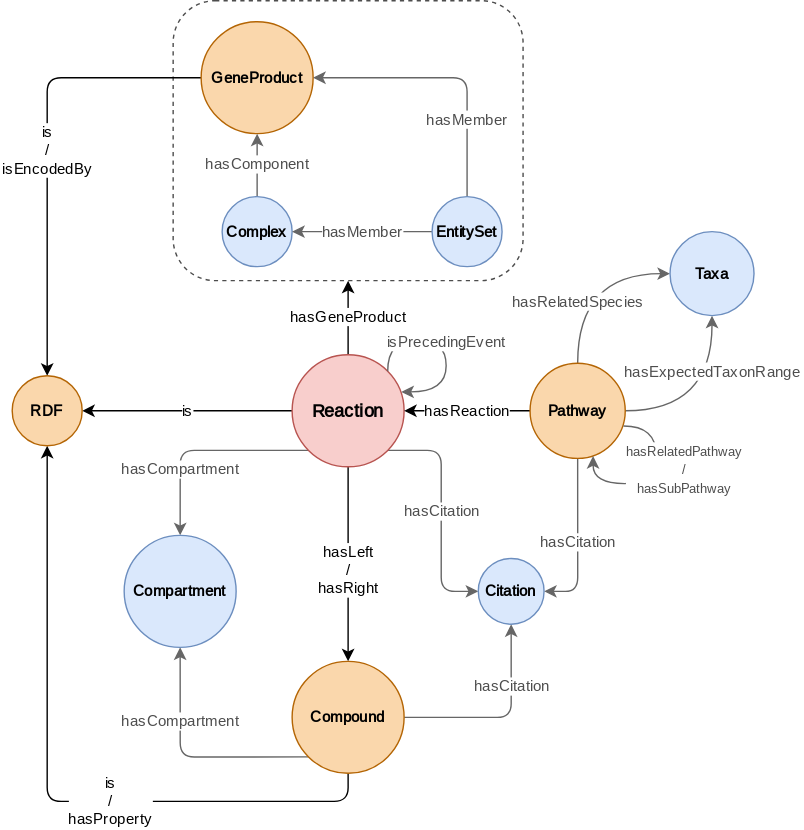
Above: docs/_static/metabolike_schema.svg in y1zhou/metabolike (draw.io), before the change. Source tidied: cells renumbered, new cells last; positions are measured from the earlier drawing's top-left corner, leaving out a move shared by most shapes.
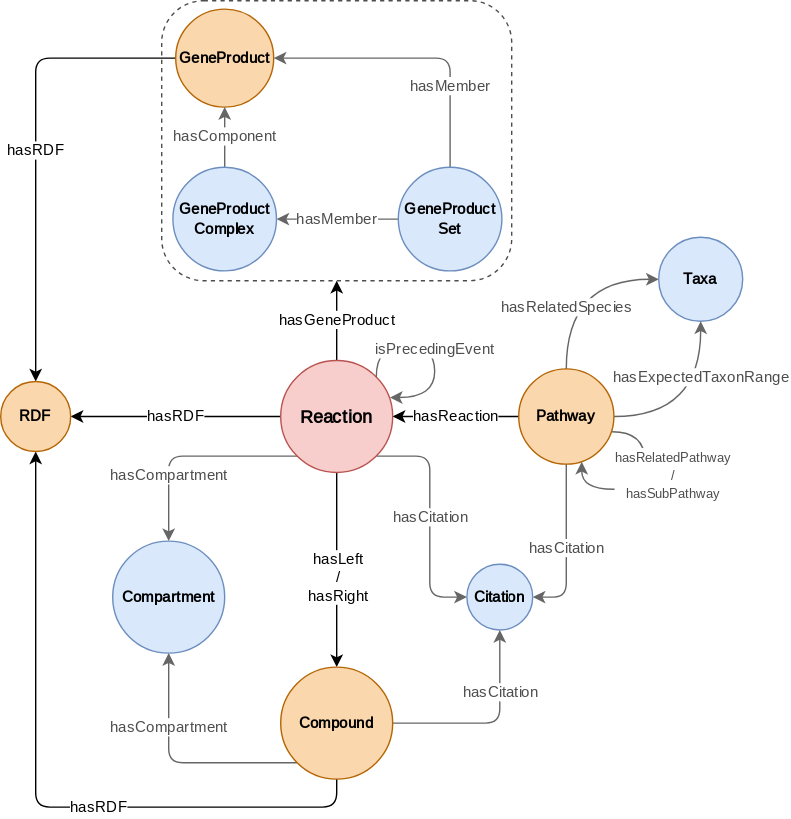
Later version of the same file.

Commit message:
docs: updated schema with new node labels

What changed in the source:
```diff
@@ -3,7 +3,7 @@
     <mxCell id="0" />
     <mxCell id="1" parent="0" />
     <mxCell id="2" style="rounded=1;whiteSpace=wrap;html=1;fillColor=none;dashed=1;sketch=0;fontFamily=Raleway;fontSource=https%3A%2F%2Ffonts.googleapis.com%2Fcss%3Ffamily%3DRaleway;fontSize=11;strokeWidth=1;shadow=0;glass=0;strokeColor=#4D4D4D;" parent="1" vertex="1">
-      <mxGeometry x="115" width="250" height="200" as="geometry" />
+      <mxGeometry x="115" y="-4" width="250" height="200" as="geometry" />
     </mxCell>
     <mxCell id="3" style="edgeStyle=orthogonalEdgeStyle;curved=1;jettySize=auto;html=1;exitX=0.5;exitY=1;exitDx=0;exitDy=0;entryX=0.5;entryY=0;entryDx=0;entryDy=0;fontFamily=Raleway;fontSource=https%3A%2F%2Ffonts.googleapis.com%2Fcss%3Ffamily%3DRaleway;strokeColor=default;sketch=0;fontSize=11;" parent="1" edge="1" source="9" target="13">
       <mxGeometry relative="1" as="geometry" />
@@ -19,7 +19,7 @@
     <mxCell id="6" value="hasCompartment" style="edgeStyle=orthogonalEdgeStyle;rounded=1;jettySize=auto;html=1;exitX=0;exitY=1;exitDx=0;exitDy=0;entryX=0.5;entryY=0;entryDx=0;entryDy=0;labelBackgroundColor=default;fontFamily=Raleway;fontSource=https%3A%2F%2Ffonts.googleapis.com%2Fcss%3Ffamily%3DRaleway;fontSize=11;fillColor=#f5f5f5;strokeColor=#666666;fontColor=#4D4D4D;" parent="1" edge="1" source="9" target="14">
       <mxGeometry x="0.38" relative="1" as="geometry" />
     </mxCell>
-    <mxCell id="7" value="is" style="edgeStyle=orthogonalEdgeStyle;rounded=1;sketch=0;jettySize=auto;html=1;exitX=0;exitY=0.5;exitDx=0;exitDy=0;entryX=1;entryY=0.5;entryDx=0;entryDy=0;labelBackgroundColor=default;fontFamily=Raleway;fontSource=https%3A%2F%2Ffonts.googleapis.com%2Fcss%3Ffamily%3DRaleway;fontSize=11;elbow=vertical;" parent="1" edge="1" source="9" target="17">
+    <mxCell id="7" value="hasRDF" style="edgeStyle=orthogonalEdgeStyle;rounded=1;sketch=0;jettySize=auto;html=1;exitX=0;exitY=0.5;exitDx=0;exitDy=0;entryX=1;entryY=0.5;entryDx=0;entryDy=0;labelBackgroundColor=default;fontFamily=Raleway;fontSource=https%3A%2F%2Ffonts.googleapis.com%2Fcss%3Ffamily%3DRaleway;fontSize=11;elbow=vertical;" parent="1" edge="1" source="9" target="17">
       <mxGeometry relative="1" as="geometry" />
     </mxCell>
     <mxCell id="8" value="hasCitation" style="edgeStyle=orthogonalEdgeStyle;sketch=0;jettySize=auto;html=1;exitX=1;exitY=1;exitDx=0;exitDy=0;entryX=0;entryY=0.5;entryDx=0;entryDy=0;labelBackgroundColor=default;fontFamily=Raleway;fontSource=https%3A%2F%2Ffonts.googleapis.com%2Fcss%3Ffamily%3DRaleway;fontSize=11;elbow=vertical;rounded=1;strokeColor=#666666;fontColor=#4D4D4D;fillColor=#f5f5f5;" parent="1" edge="1" source="9" target="29">
@@ -31,7 +31,7 @@
     <mxCell id="10" value="hasCompartment" style="edgeStyle=orthogonalEdgeStyle;rounded=1;jettySize=auto;html=1;exitX=0;exitY=1;exitDx=0;exitDy=0;entryX=0.5;entryY=1;entryDx=0;entryDy=0;fontFamily=Raleway;fontSource=https%3A%2F%2Ffonts.googleapis.com%2Fcss%3Ffamily%3DRaleway;fontSize=11;strokeColor=#666666;fontColor=#4D4D4D;fillColor=#f5f5f5;" parent="1" edge="1" source="13" target="14">
       <mxGeometry x="0.38" relative="1" as="geometry" />
     </mxCell>
-    <mxCell id="11" value="is&lt;br&gt;/&lt;br&gt;hasProperty" style="edgeStyle=orthogonalEdgeStyle;rounded=1;sketch=0;jettySize=auto;html=1;exitX=0.5;exitY=1;exitDx=0;exitDy=0;entryX=0.5;entryY=1;entryDx=0;entryDy=0;labelBackgroundColor=default;fontFamily=Raleway;fontSource=https%3A%2F%2Ffonts.googleapis.com%2Fcss%3Ffamily%3DRaleway;fontSize=11;elbow=vertical;" parent="1" edge="1" source="13" target="17">
+    <mxCell id="11" value="hasRDF" style="edgeStyle=orthogonalEdgeStyle;rounded=1;sketch=0;jettySize=auto;html=1;exitX=0.5;exitY=1;exitDx=0;exitDy=0;entryX=0.5;entryY=1;entryDx=0;entryDy=0;labelBackgroundColor=default;fontFamily=Raleway;fontSource=https%3A%2F%2Ffonts.googleapis.com%2Fcss%3Ffamily%3DRaleway;fontSize=11;elbow=vertical;" parent="1" edge="1" source="13" target="17">
       <mxGeometry x="-0.22" relative="1" as="geometry" />
     </mxCell>
     <mxCell id="12" value="hasCitation" style="edgeStyle=orthogonalEdgeStyle;sketch=0;jettySize=auto;html=1;exitX=1;exitY=0.5;exitDx=0;exitDy=0;entryX=0.5;entryY=1;entryDx=0;entryDy=0;labelBackgroundColor=default;fontFamily=Raleway;fontSource=https%3A%2F%2Ffonts.googleapis.com%2Fcss%3Ffamily%3DRaleway;fontSize=11;elbow=vertical;rounded=1;strokeColor=#666666;fontColor=#4D4D4D;fillColor=#f5f5f5;" parent="1" edge="1" source="13" target="29">
@@ -43,11 +43,11 @@
     <mxCell id="14" value="&lt;font style=&quot;font-size: 11px;&quot;&gt;&lt;b style=&quot;font-size: 11px;&quot;&gt;Compartment&lt;/b&gt;&lt;/font&gt;" style="ellipse;whiteSpace=wrap;html=1;fillColor=#dae8fc;strokeColor=#6c8ebf;fontFamily=Raleway;fontSource=https%3A%2F%2Ffonts.googleapis.com%2Fcss%3Ffamily%3DRaleway;fontSize=11;rounded=1;" parent="1" vertex="1">
       <mxGeometry x="80" y="382" width="80" height="80" as="geometry" />
     </mxCell>
-    <mxCell id="15" value="is&lt;br style=&quot;font-size: 11px;&quot;&gt;/&lt;br style=&quot;font-size: 11px;&quot;&gt;isEncodedBy" style="edgeStyle=orthogonalEdgeStyle;rounded=1;jettySize=auto;html=1;exitX=0;exitY=0.5;exitDx=0;exitDy=0;entryX=0.5;entryY=0;entryDx=0;entryDy=0;fontFamily=Raleway;fontSource=https%3A%2F%2Ffonts.googleapis.com%2Fcss%3Ffamily%3DRaleway;fillColor=none;labelBackgroundColor=default;fontSize=11;" parent="1" edge="1" source="16" target="17">
+    <mxCell id="15" value="hasRDF" style="edgeStyle=orthogonalEdgeStyle;rounded=1;jettySize=auto;html=1;exitX=0;exitY=0.5;exitDx=0;exitDy=0;entryX=0.5;entryY=0;entryDx=0;entryDy=0;fontFamily=Raleway;fontSource=https%3A%2F%2Ffonts.googleapis.com%2Fcss%3Ffamily%3DRaleway;fillColor=none;labelBackgroundColor=default;fontSize=11;" parent="1" edge="1" source="16" target="17">
       <mxGeometry relative="1" as="geometry" />
     </mxCell>
     <mxCell id="16" value="&lt;font style=&quot;font-size: 11px;&quot;&gt;&lt;b style=&quot;font-size: 11px;&quot;&gt;GeneProduct&lt;/b&gt;&lt;/font&gt;" style="ellipse;whiteSpace=wrap;html=1;fillColor=#fad7ac;strokeColor=#b46504;fontFamily=Raleway;fontSource=https%3A%2F%2Ffonts.googleapis.com%2Fcss%3Ffamily%3DRaleway;fontSize=11;rounded=1;" parent="1" vertex="1">
-      <mxGeometry x="135" y="15" width="80" height="80" as="geometry" />
+      <mxGeometry x="125" y="2" width="70" height="70" as="geometry" />
     </mxCell>
     <mxCell id="17" value="&lt;font style=&quot;font-size: 11px;&quot;&gt;&lt;b style=&quot;font-size: 11px;&quot;&gt;RDF&lt;/b&gt;&lt;/font&gt;" style="ellipse;whiteSpace=wrap;html=1;fillColor=#fad7ac;strokeColor=#b46504;fontFamily=Raleway;fontSource=https%3A%2F%2Ffonts.googleapis.com%2Fcss%3Ffamily%3DRaleway;fontSize=11;rounded=1;" parent="1" vertex="1">
       <mxGeometry y="268" width="50" height="50" as="geometry" />
@@ -55,8 +55,8 @@
     <mxCell id="18" value="hasComponent" style="rounded=1;sketch=0;jettySize=auto;html=1;exitX=0.5;exitY=0;exitDx=0;exitDy=0;entryX=0.5;entryY=1;entryDx=0;entryDy=0;fontFamily=Raleway;fontSource=https%3A%2F%2Ffonts.googleapis.com%2Fcss%3Ffamily%3DRaleway;strokeColor=#666666;fontSize=11;fontColor=#4D4D4D;fillColor=#f5f5f5;" parent="1" edge="1" source="19" target="16">
       <mxGeometry relative="1" as="geometry" />
     </mxCell>
-    <mxCell id="19" value="&lt;font style=&quot;font-size: 11px;&quot;&gt;&lt;b style=&quot;font-size: 11px&quot;&gt;Complex&lt;/b&gt;&lt;/font&gt;" style="ellipse;whiteSpace=wrap;html=1;fillColor=#dae8fc;strokeColor=#6c8ebf;fontFamily=Raleway;fontSource=https%3A%2F%2Ffonts.googleapis.com%2Fcss%3Ffamily%3DRaleway;fontSize=11;rounded=1;" parent="1" vertex="1">
-      <mxGeometry x="150" y="140" width="50" height="50" as="geometry" />
+    <mxCell id="19" value="&lt;font style=&quot;font-size: 11px&quot;&gt;&lt;b style=&quot;font-size: 11px&quot;&gt;GeneProduct&lt;br&gt;Complex&lt;/b&gt;&lt;/font&gt;" style="ellipse;whiteSpace=wrap;html=1;fillColor=#dae8fc;strokeColor=#6c8ebf;fontFamily=Raleway;fontSource=https%3A%2F%2Ffonts.googleapis.com%2Fcss%3Ffamily%3DRaleway;fontSize=11;rounded=1;" parent="1" vertex="1">
+      <mxGeometry x="123" y="115" width="74" height="74" as="geometry" />
     </mxCell>
     <mxCell id="20" value="hasMember" style="rounded=1;sketch=0;jettySize=auto;html=1;exitX=0.5;exitY=0;exitDx=0;exitDy=0;entryX=1;entryY=0.5;entryDx=0;entryDy=0;fontFamily=Raleway;fontSource=https%3A%2F%2Ffonts.googleapis.com%2Fcss%3Ffamily%3DRaleway;strokeColor=#666666;fontSize=11;edgeStyle=orthogonalEdgeStyle;fontColor=#4D4D4D;fillColor=#f5f5f5;" parent="1" edge="1" source="22" target="16">
       <mxGeometry x="-0.44" relative="1" as="geometry" />
@@ -64,8 +64,8 @@
     <mxCell id="21" value="hasMember" style="edgeStyle=none;rounded=1;jettySize=auto;html=1;exitX=0;exitY=0.5;exitDx=0;exitDy=0;entryX=1;entryY=0.5;entryDx=0;entryDy=0;fontFamily=Raleway;fontSource=https%3A%2F%2Ffonts.googleapis.com%2Fcss%3Ffamily%3DRaleway;fontSize=11;strokeColor=#666666;fontColor=#4D4D4D;fillColor=#f5f5f5;" parent="1" edge="1" source="22" target="19">
       <mxGeometry relative="1" as="geometry" />
     </mxCell>
-    <mxCell id="22" value="&lt;font style=&quot;font-size: 11px;&quot;&gt;&lt;b style=&quot;font-size: 11px&quot;&gt;EntitySet&lt;/b&gt;&lt;/font&gt;" style="ellipse;whiteSpace=wrap;html=1;fillColor=#dae8fc;strokeColor=#6c8ebf;fontFamily=Raleway;fontSource=https%3A%2F%2Ffonts.googleapis.com%2Fcss%3Ffamily%3DRaleway;fontSize=11;rounded=1;" parent="1" vertex="1">
-      <mxGeometry x="300" y="140" width="50" height="50" as="geometry" />
+    <mxCell id="22" value="&lt;font style=&quot;font-size: 11px&quot;&gt;&lt;b style=&quot;font-size: 11px&quot;&gt;GeneProduct&lt;br&gt;Set&lt;/b&gt;&lt;/font&gt;" style="ellipse;whiteSpace=wrap;html=1;fillColor=#dae8fc;strokeColor=#6c8ebf;fontFamily=Raleway;fontSource=https%3A%2F%2Ffonts.googleapis.com%2Fcss%3Ffamily%3DRaleway;fontSize=11;rounded=1;" parent="1" vertex="1">
+      <mxGeometry x="284" y="115" width="74" height="74" as="geometry" />
     </mxCell>
     <mxCell id="23" value="hasReaction" style="edgeStyle=orthogonalEdgeStyle;rounded=1;sketch=0;jettySize=auto;html=1;exitX=0;exitY=0.5;exitDx=0;exitDy=0;entryX=1;entryY=0.5;entryDx=0;entryDy=0;fontFamily=Raleway;fontSource=https%3A%2F%2Ffonts.googleapis.com%2Fcss%3Ffamily%3DRaleway;strokeColor=default;elbow=vertical;fontSize=11;" parent="1" edge="1" source="27" target="9">
       <mxGeometry relative="1" as="geometry" />
```
